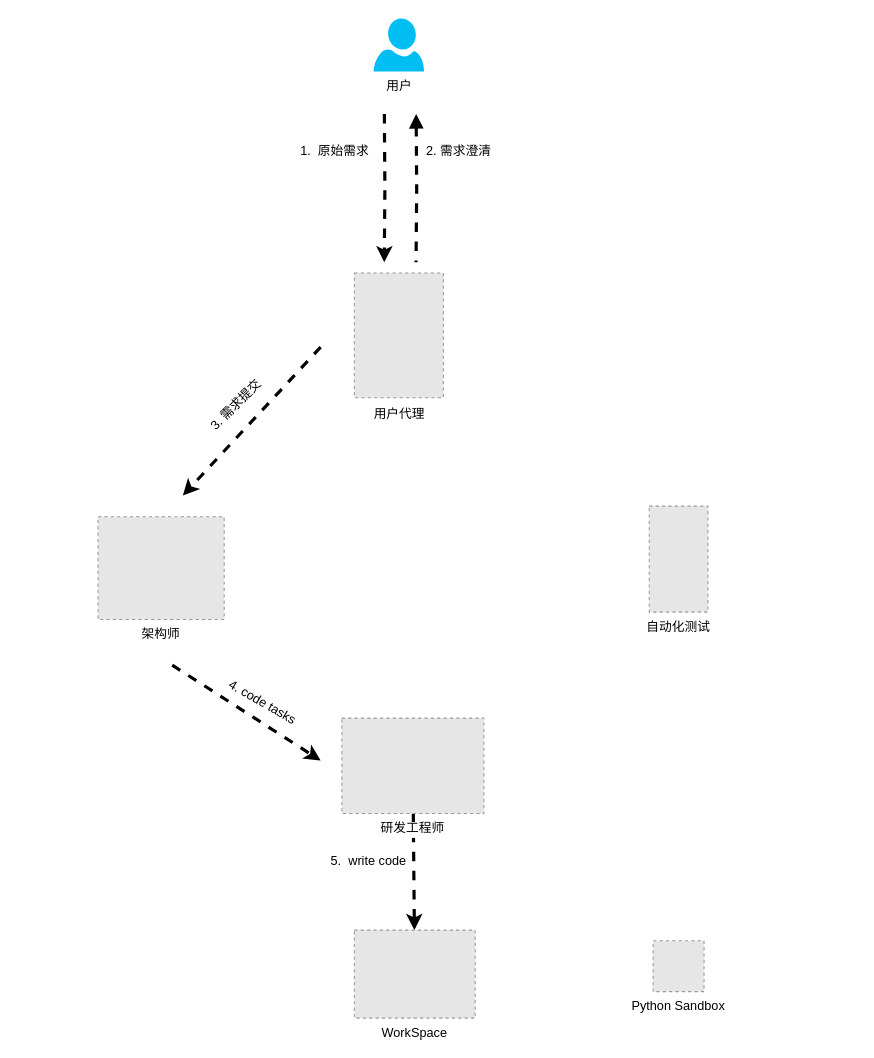
Before: wrapper.drawio in whybeyoung/mywork, a draw.io diagram. Source tidied: cells renumbered, new cells numbered last; positions are measured from the earlier drawing's top-left corner, leaving out a move shared by most shapes. Both pictures are drawn from the tidied source at 106%, with x=0, y=0 at pixel (98, 18). Pictures stored in the file or linked from it are replaced by grey dashed boxes.
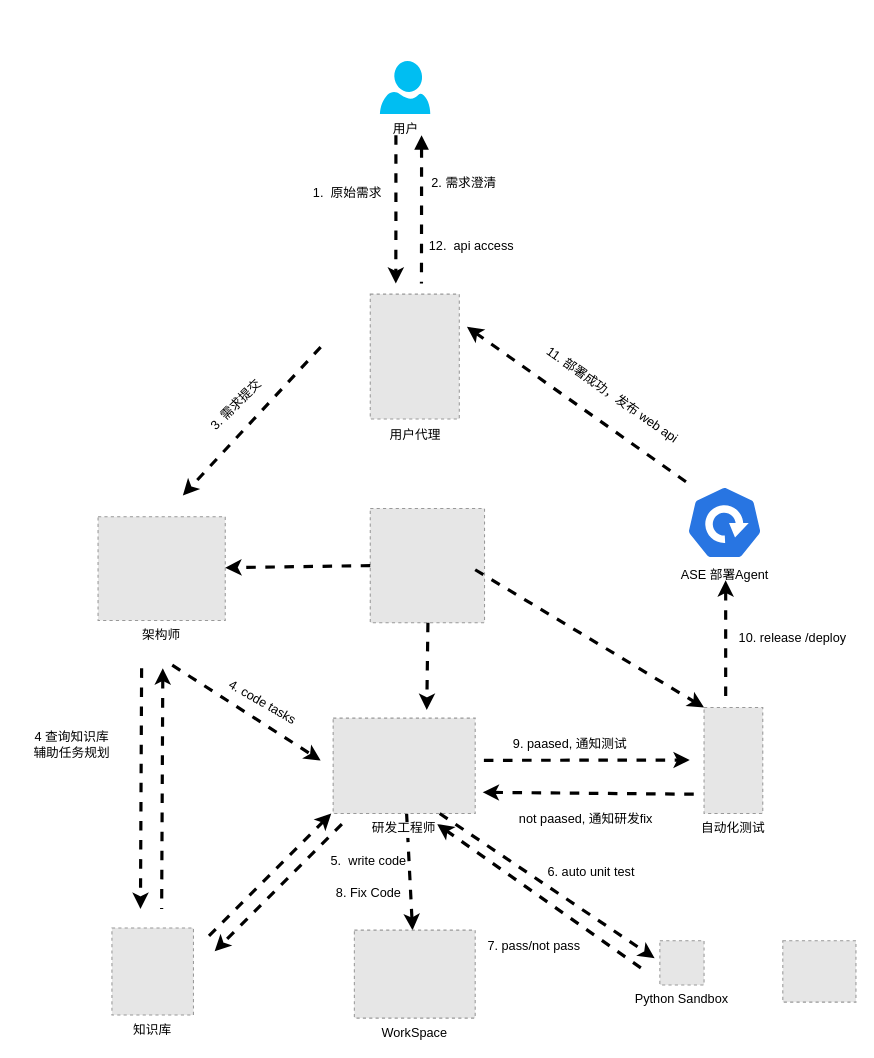
The same diagram, later.

The edit, as a diff of the source:
```diff
@@
     <mxCell id="2" value="架构师" style="fillColor=#E6E6E6;strokeColor=#999999;dashed=1;verticalLabelPosition=bottom;labelBackgroundColor=#ffffff;verticalAlign=top;" parent="1" vertex="1">
-      <mxGeometry y="470" width="119" height="97" as="geometry" />
+      <mxGeometry y="470" width="120" height="97.8" as="geometry" />
     </mxCell>
     <mxCell id="3" style="group;" parent="1" vertex="1">
-      <mxGeometry x="241.8" y="240" width="84" height="147.7" as="geometry" />
+      <mxGeometry x="256.8" y="260" width="84" height="147.7" as="geometry" />
     </mxCell>
@@
     <mxCell id="6" value="自动化测试" style="fillColor=#E6E6E6;strokeColor=#999999;dashed=1;verticalLabelPosition=bottom;labelBackgroundColor=#ffffff;verticalAlign=top;" parent="1" vertex="1">
-      <mxGeometry x="520" y="460" width="55.4" height="100" as="geometry" />
+      <mxGeometry x="571.7" y="650" width="55.4" height="100" as="geometry" />
     </mxCell>
@@
+    <mxCell id="21" style="edgeStyle=none;rounded=0;orthogonalLoop=1;jettySize=auto;html=1;exitX=1;exitY=0.25;exitDx=0;exitDy=0;strokeWidth=3;dashed=1;" parent="1" edge="1">
+      <mxGeometry relative="1" as="geometry">
+        <mxPoint x="364" y="699.8" as="sourcePoint" />
+        <mxPoint x="558.2" y="699.5" as="targetPoint" />
+      </mxGeometry>
+    </mxCell>
     <mxCell id="8" value="研发工程师" style="fillColor=#E6E6E6;strokeColor=#999999;dashed=1;verticalLabelPosition=bottom;labelBackgroundColor=#ffffff;verticalAlign=top;" parent="1" vertex="1">
-      <mxGeometry x="230" y="660" width="134" height="90" as="geometry" />
+      <mxGeometry x="221.8" y="660" width="134" height="90" as="geometry" />
     </mxCell>
@@
     <mxCell id="10" style="edgeStyle=orthogonalEdgeStyle;rounded=0;orthogonalLoop=1;jettySize=auto;html=1;strokeWidth=3;dashed=1;" parent="1" edge="1">
       <mxGeometry relative="1" as="geometry">
-        <mxPoint x="270.1" y="90" as="sourcePoint" />
-        <mxPoint x="270" y="230" as="targetPoint" />
+        <mxPoint x="281" y="110" as="sourcePoint" />
+        <mxPoint x="280.9" y="250" as="targetPoint" />
+        <Array as="points">
+          <mxPoint x="280.9" y="190" />
+          <mxPoint x="280.9" y="190" />
+        </Array>
       </mxGeometry>
     </mxCell>
     <mxCell id="11" value="用户" style="verticalLabelPosition=bottom;html=1;verticalAlign=top;align=center;strokeColor=none;fillColor=#00BEF2;shape=mxgraph.azure.user;" parent="1" vertex="1">
-      <mxGeometry x="260" width="47.5" height="50" as="geometry" />
+      <mxGeometry x="265.9" y="40" width="47.5" height="50" as="geometry" />
     </mxCell>
@@
     <mxCell id="13" style="edgeStyle=orthogonalEdgeStyle;rounded=0;orthogonalLoop=1;jettySize=auto;html=1;strokeWidth=3;dashed=1;startArrow=block;startFill=1;endArrow=none;endFill=0;" parent="1" edge="1">
       <mxGeometry relative="1" as="geometry">
-        <mxPoint x="300.1" y="90" as="sourcePoint" />
-        <mxPoint x="300" y="230" as="targetPoint" />
+        <mxPoint x="305.2" y="110" as="sourcePoint" />
+        <mxPoint x="305.1" y="250" as="targetPoint" />
+        <Array as="points">
+          <mxPoint x="305.1" y="170" />
+          <mxPoint x="305.1" y="170" />
+        </Array>
       </mxGeometry>
     </mxCell>
     <mxCell id="14" value="1.&amp;nbsp; 原始需求" style="text;html=1;align=center;verticalAlign=middle;strokeColor=none;fillColor=none;rotation=0;textDirection=ltr;" parent="1" vertex="1">
-      <mxGeometry x="178.2" y="110" width="90" height="30" as="geometry" />
+      <mxGeometry x="190" y="150" width="90" height="30" as="geometry" />
     </mxCell>
     <mxCell id="15" value="2. 需求澄清" style="text;html=1;align=center;verticalAlign=middle;strokeColor=none;fillColor=none;rotation=0;textDirection=ltr;" parent="1" vertex="1">
-      <mxGeometry x="300" y="110" width="80" height="30" as="geometry" />
+      <mxGeometry x="305" y="140" width="80" height="30" as="geometry" />
     </mxCell>
@@
     <mxCell id="18" value="Python Sandbox" style="fillColor=#E6E6E6;strokeColor=#999999;dashed=1;verticalLabelPosition=bottom;labelBackgroundColor=#ffffff;verticalAlign=top;" parent="1" vertex="1">
-      <mxGeometry x="523.7" y="870" width="48" height="48" as="geometry" />
+      <mxGeometry x="530" y="870" width="41.7" height="41.7" as="geometry" />
     </mxCell>
@@
+    <mxCell id="22" value="9. paased, 通知测试" style="text;html=1;align=center;verticalAlign=middle;strokeColor=none;fillColor=none;rotation=0;" parent="1" vertex="1">
+      <mxGeometry x="380" y="670" width="130" height="30" as="geometry" />
+    </mxCell>
+    <mxCell id="23" style="edgeStyle=none;rounded=0;jettySize=auto;html=1;exitX=0.75;exitY=1;exitDx=0;exitDy=0;entryX=-0.118;entryY=0.396;entryDx=0;entryDy=0;entryPerimeter=0;dashed=1;strokeWidth=3;" parent="1" edge="1" source="8" target="18">
+      <mxGeometry relative="1" as="geometry" />
+    </mxCell>
+    <mxCell id="24" value="6. auto unit test" style="text;html=1;align=center;verticalAlign=middle;strokeColor=none;fillColor=none;rotation=0;" parent="1" vertex="1">
+      <mxGeometry x="410" y="790" width="110" height="30" as="geometry" />
+    </mxCell>
+    <mxCell id="25" style="edgeStyle=none;rounded=0;orthogonalLoop=1;jettySize=auto;html=1;exitX=0.75;exitY=1;exitDx=0;exitDy=0;entryX=-0.118;entryY=0.396;entryDx=0;entryDy=0;entryPerimeter=0;dashed=1;strokeWidth=3;startArrow=classic;startFill=1;endArrow=none;endFill=0;" parent="1" edge="1">
+      <mxGeometry relative="1" as="geometry">
+        <mxPoint x="320" y="760" as="sourcePoint" />
+        <mxPoint x="514" y="897" as="targetPoint" />
+      </mxGeometry>
+    </mxCell>
+    <mxCell id="26" value="7. pass/not pass" style="text;html=1;align=center;verticalAlign=middle;strokeColor=none;fillColor=none;rotation=0;" parent="1" vertex="1">
+      <mxGeometry x="355.8" y="860" width="110" height="30" as="geometry" />
+    </mxCell>
+    <mxCell id="27" style="edgeStyle=none;rounded=0;orthogonalLoop=1;jettySize=auto;html=1;exitX=1;exitY=0.25;exitDx=0;exitDy=0;strokeWidth=3;dashed=1;startArrow=classic;startFill=1;endArrow=none;endFill=0;" parent="1" edge="1">
+      <mxGeometry relative="1" as="geometry">
+        <mxPoint x="362.9" y="730" as="sourcePoint" />
+        <mxPoint x="567.1" y="731.8" as="targetPoint" />
+      </mxGeometry>
+    </mxCell>
+    <mxCell id="28" value="not paased, 通知研发fix" style="text;html=1;align=center;verticalAlign=middle;strokeColor=none;fillColor=none;rotation=0;" parent="1" vertex="1">
+      <mxGeometry x="385" y="740" width="150" height="30" as="geometry" />
+    </mxCell>
+    <mxCell id="29" value="8. Fix Code" style="text;html=1;align=center;verticalAlign=middle;strokeColor=none;fillColor=none;rotation=0;" parent="1" vertex="1">
+      <mxGeometry x="215" y="810" width="80" height="30" as="geometry" />
+    </mxCell>
+    <mxCell id="30" style="fillColor=#E6E6E6;strokeColor=#999999;dashed=1;verticalLabelPosition=bottom;labelBackgroundColor=#ffffff;verticalAlign=top;" parent="1" vertex="1">
+      <mxGeometry x="646" y="870" width="69" height="57.9" as="geometry" />
+    </mxCell>
+    <mxCell id="31" value="知识库" style="fillColor=#E6E6E6;strokeColor=#999999;dashed=1;verticalLabelPosition=bottom;labelBackgroundColor=#ffffff;verticalAlign=top;" parent="1" vertex="1">
+      <mxGeometry x="13.1" y="857.9" width="76.9" height="82.2" as="geometry" />
+    </mxCell>
+    <mxCell id="32" style="edgeStyle=none;rounded=0;orthogonalLoop=1;jettySize=auto;html=1;entryX=-0.118;entryY=0.396;entryDx=0;entryDy=0;entryPerimeter=0;dashed=1;strokeWidth=3;startArrow=classic;startFill=1;endArrow=none;endFill=0;" parent="1" edge="1">
+      <mxGeometry relative="1" as="geometry">
+        <mxPoint x="592.1" y="530" as="sourcePoint" />
+        <mxPoint x="592.1" y="647" as="targetPoint" />
+      </mxGeometry>
+    </mxCell>
+    <mxCell id="33" value="12.&amp;nbsp; api access" style="text;html=1;align=center;verticalAlign=middle;strokeColor=none;fillColor=none;rotation=0;textDirection=ltr;" parent="1" vertex="1">
+      <mxGeometry x="301.6" y="200" width="100" height="30" as="geometry" />
+    </mxCell>
+    <mxCell id="34" style="edgeStyle=none;rounded=0;orthogonalLoop=1;jettySize=auto;html=1;exitX=0.75;exitY=1;exitDx=0;exitDy=0;dashed=1;strokeWidth=3;startArrow=classic;startFill=1;endArrow=none;endFill=0;" parent="1" edge="1">
+      <mxGeometry relative="1" as="geometry">
+        <mxPoint x="348" y="290.8" as="sourcePoint" />
+        <mxPoint x="560" y="440.8" as="targetPoint" />
+      </mxGeometry>
+    </mxCell>
+    <mxCell id="35" style="group;" parent="1" vertex="1">
+      <mxGeometry x="536" y="440.8" width="110" height="99.2" as="geometry" />
+    </mxCell>
+    <mxCell id="36" style="sketch=0;html=1;dashed=0;whitespace=wrap;fillColor=#2875E2;strokeColor=#ffffff;shape=mxgraph.kubernetes.icon2;prIcon=deploy;" parent="35" vertex="1">
+      <mxGeometry x="19" width="72.1" height="69.2" as="geometry" />
+    </mxCell>
+    <mxCell id="37" value="ASE 部署Agent" style="text;html=1;align=center;verticalAlign=middle;strokeColor=none;fillColor=none;" parent="35" vertex="1">
+      <mxGeometry y="69.2" width="110" height="30" as="geometry" />
+    </mxCell>
+    <mxCell id="38" value="10. release /deploy" style="text;html=1;align=center;verticalAlign=middle;strokeColor=none;fillColor=none;rotation=0;" parent="1" vertex="1">
+      <mxGeometry x="595" y="570" width="120" height="30" as="geometry" />
+    </mxCell>
+    <mxCell id="39" value="11. 部署成功，发布 web api" style="text;html=1;align=center;verticalAlign=middle;strokeColor=none;fillColor=none;rotation=35;textDirection=ltr;" parent="1" vertex="1">
+      <mxGeometry x="400" y="340" width="170" height="30" as="geometry" />
+    </mxCell>
+    <mxCell id="40" style="edgeStyle=none;rounded=0;orthogonalLoop=1;jettySize=auto;html=1;dashed=1;strokeWidth=3;startArrow=none;startFill=0;endArrow=classic;endFill=1;" parent="1" edge="1">
+      <mxGeometry relative="1" as="geometry">
+        <mxPoint x="41.1" y="613" as="sourcePoint" />
+        <mxPoint x="40" y="840" as="targetPoint" />
+      </mxGeometry>
+    </mxCell>
+    <mxCell id="41" style="edgeStyle=none;rounded=0;orthogonalLoop=1;jettySize=auto;html=1;dashed=1;strokeWidth=3;startArrow=classic;startFill=1;endArrow=none;endFill=0;" parent="1" edge="1">
+      <mxGeometry relative="1" as="geometry">
+        <mxPoint x="61.1" y="613" as="sourcePoint" />
+        <mxPoint x="60" y="840" as="targetPoint" />
+      </mxGeometry>
+    </mxCell>
+    <mxCell id="42" value="4 查询知识库&lt;br&gt;辅助任务规划" style="text;html=1;align=center;verticalAlign=middle;strokeColor=none;fillColor=none;rotation=0;" parent="1" vertex="1">
+      <mxGeometry x="-75" y="665" width="100" height="40" as="geometry" />
+    </mxCell>
+    <mxCell id="43" style="edgeStyle=none;rounded=0;orthogonalLoop=1;jettySize=auto;html=1;dashed=1;strokeWidth=3;startArrow=classic;startFill=1;endArrow=none;endFill=0;" parent="1" edge="1">
+      <mxGeometry relative="1" as="geometry">
+        <mxPoint x="220" y="750" as="sourcePoint" />
+        <mxPoint x="100" y="870" as="targetPoint" />
+      </mxGeometry>
+    </mxCell>
+    <mxCell id="44" style="edgeStyle=none;rounded=0;orthogonalLoop=1;jettySize=auto;html=1;dashed=1;strokeWidth=3;startArrow=none;startFill=0;endArrow=classic;endFill=1;" parent="1" edge="1">
+      <mxGeometry relative="1" as="geometry">
+        <mxPoint x="230" y="760" as="sourcePoint" />
+        <mxPoint x="110" y="880" as="targetPoint" />
+      </mxGeometry>
+    </mxCell>
+    <mxCell id="45" style="fillColor=#E6E6E6;strokeColor=#999999;dashed=1;verticalLabelPosition=bottom;labelBackgroundColor=default;verticalAlign=top;" parent="1" vertex="1">
+      <mxGeometry x="256.8" y="462.2" width="107.8" height="107.8" as="geometry" />
+    </mxCell>
+    <mxCell id="46" style="edgeStyle=none;rounded=0;orthogonalLoop=1;jettySize=auto;html=1;dashed=1;strokeWidth=3;startArrow=none;startFill=0;endArrow=classic;endFill=1;" parent="1" edge="1">
+      <mxGeometry relative="1" as="geometry">
+        <mxPoint x="311.2" y="570" as="sourcePoint" />
+        <mxPoint x="310.1" y="652.2" as="targetPoint" />
+      </mxGeometry>
+    </mxCell>
+    <mxCell id="47" style="edgeStyle=none;rounded=0;jettySize=auto;html=1;exitX=1;exitY=1;exitDx=0;exitDy=0;strokeWidth=3;dashed=1;entryX=0;entryY=0;entryDx=0;entryDy=0;" parent="1" edge="1" target="6">
+      <mxGeometry relative="1" as="geometry">
+        <mxPoint x="355.8" y="520" as="sourcePoint" />
+      </mxGeometry>
+    </mxCell>
+    <mxCell id="48" style="edgeStyle=none;rounded=0;jettySize=auto;html=1;strokeWidth=3;dashed=1;exitX=0;exitY=0.5;exitDx=0;exitDy=0;" parent="1" edge="1" source="45" target="2">
+      <mxGeometry relative="1" as="geometry" />
+    </mxCell>
```
